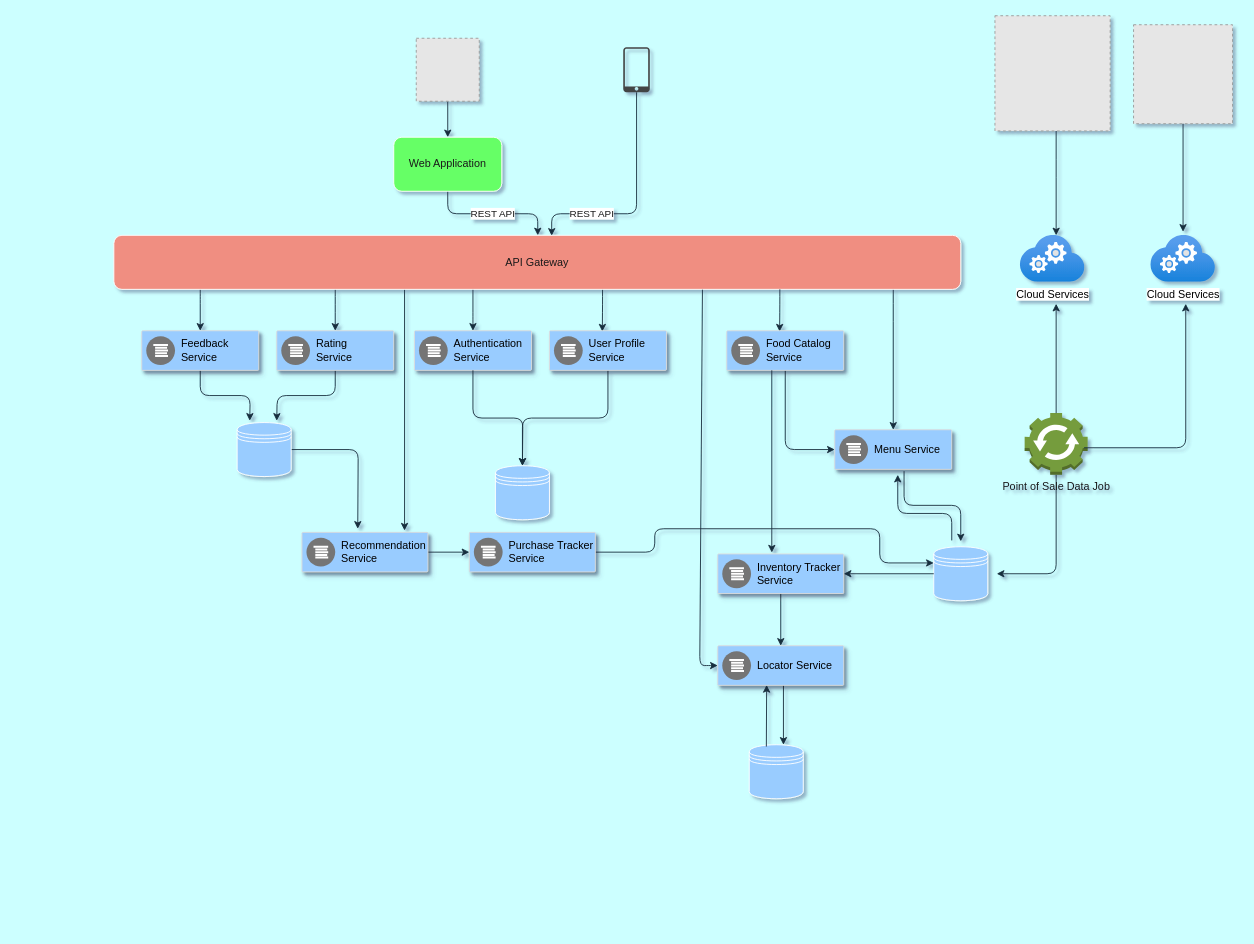
Before: page "Topology 2" (3 of 3) of Interaction-Diagram.drawio in fridgebenefits/katas, a draw.io diagram. Source tidied: cells renumbered, new cells numbered last; positions are measured from the earlier drawing's top-left corner, leaving out a move shared by most shapes. Both pictures are drawn from the tidied source at 90%, with x=0, y=0 at pixel (113, 15). Pictures stored in the file or linked from it are replaced by grey dashed boxes.
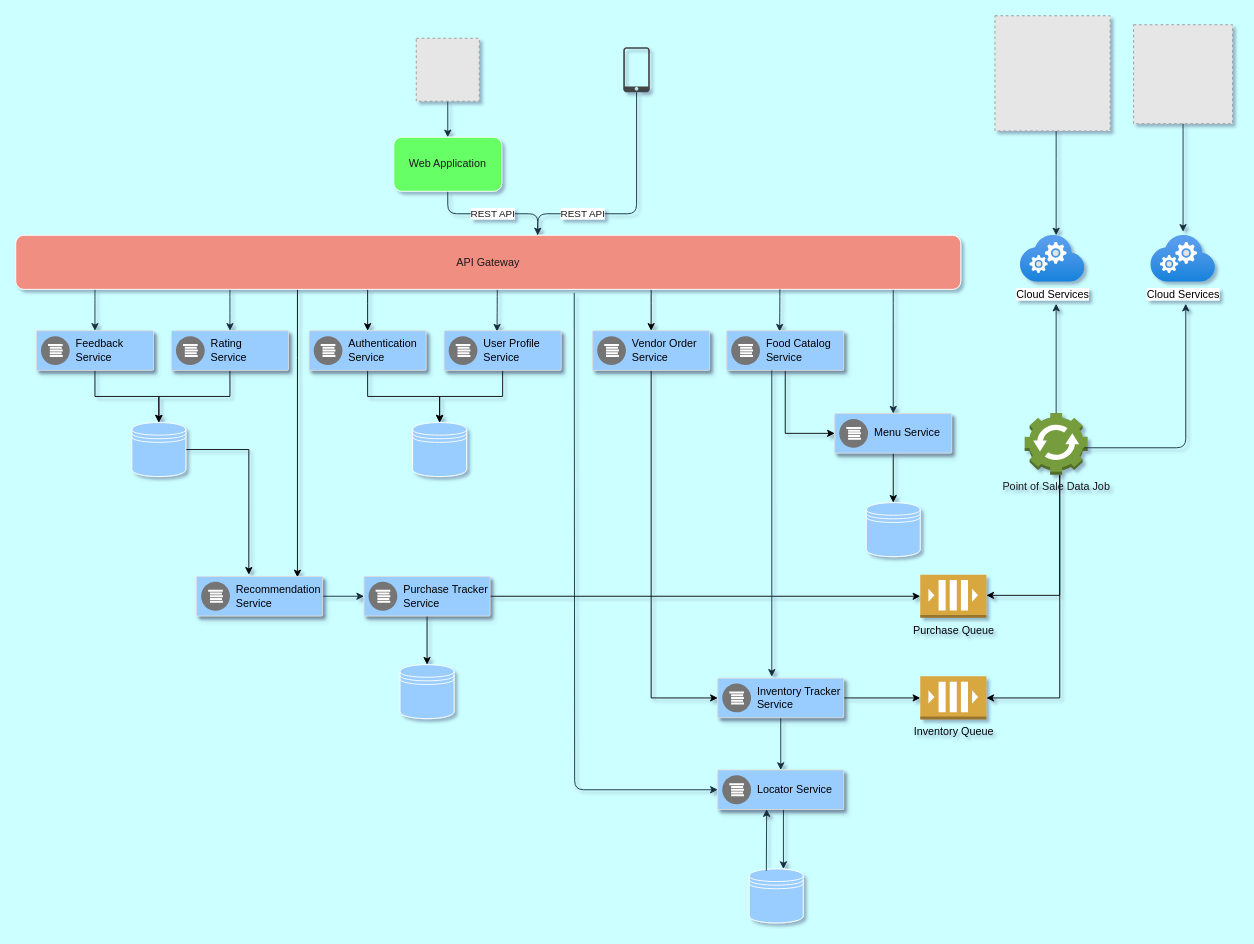
Above is the later version.

Unchanged cells that the change refers to:
```xml
<mxCell id="5" style="shadow=0;dashed=0;html=1;strokeColor=none;fillColor=#434445;labelPosition=center;verticalLabelPosition=bottom;verticalAlign=top;align=center;outlineConnect=0;shape=mxgraph.vvd.phone;rounded=0;fontColor=#1A1A1A;" parent="1" vertex="1">
  <mxGeometry x="566" y="35" width="29.5" height="50" as="geometry" />
</mxCell>
<mxCell id="22" style="strokeColor=#dddddd;shadow=1;strokeWidth=1;rounded=1;absoluteArcSize=1;arcSize=2;fontColor=#1A1A1A;fillColor=#99CCFF;" parent="1" vertex="1">
  <mxGeometry x="681" y="350" width="130" height="44" as="geometry" />
</mxCell>
<mxCell id="34" value="Point of Sale Data Job" style="outlineConnect=0;dashed=0;verticalLabelPosition=bottom;verticalAlign=top;align=center;html=1;shape=mxgraph.aws3.automation;fillColor=#759C3E;gradientColor=none;rounded=0;strokeColor=#FFFFFF;fontColor=#1A1A1A;" parent="1" vertex="1">
  <mxGeometry x="1012" y="441.5" width="70" height="68.5" as="geometry" />
</mxCell>
```

What changed in the source:
```diff
@@
-    <mxCell id="4" value="REST API" style="edgeStyle=orthogonalEdgeStyle;curved=0;rounded=1;jettySize=auto;html=1;strokeColor=#182E3E;fontColor=#1A1A1A;entryX=0.517;entryY=0.008;entryDx=0;entryDy=0;entryPerimeter=0;" parent="1" edge="1" source="5" target="14">
-      <mxGeometry x="0.46" relative="1" as="geometry">
+    <mxCell id="4" value="REST API" style="edgeStyle=orthogonalEdgeStyle;curved=0;rounded=1;jettySize=auto;html=1;strokeColor=#182E3E;fontColor=#1A1A1A;entryX=0.553;entryY=-0.02;entryDx=0;entryDy=0;entryPerimeter=0;" parent="1" edge="1" source="5" target="14">
+      <mxGeometry x="0.44" relative="1" as="geometry">
         <Array as="points">
           <mxPoint x="581" y="220" />
-          <mxPoint x="487" y="220" />
+          <mxPoint x="471" y="220" />
+          <mxPoint x="471" y="244" />
         </Array>
       </mxGeometry>
     </mxCell>
@@
-    <mxCell id="8" style="edgeStyle=orthogonalEdgeStyle;curved=0;rounded=1;jettySize=auto;html=1;strokeColor=#182E3E;fontColor=#1A1A1A;entryX=0.5;entryY=0;entryDx=0;entryDy=0;" parent="1" edge="1" target="15">
-      <mxGeometry relative="1" as="geometry">
-        <mxPoint x="399" y="300" as="sourcePoint" />
-        <Array as="points">
-          <mxPoint x="399" y="340" />
-          <mxPoint x="399" y="340" />
-        </Array>
-      </mxGeometry>
-    </mxCell>
     <mxCell id="9" style="edgeStyle=orthogonalEdgeStyle;curved=0;rounded=1;jettySize=auto;html=1;strokeColor=#182E3E;fontColor=#1A1A1A;entryX=0.452;entryY=0.02;entryDx=0;entryDy=0;entryPerimeter=0;" parent="1" edge="1" target="18">
       <mxGeometry relative="1" as="geometry">
-        <mxPoint x="543" y="304" as="sourcePoint" />
+        <mxPoint x="426" y="304" as="sourcePoint" />
         <Array as="points">
-          <mxPoint x="543" y="320" />
-          <mxPoint x="543" y="320" />
+          <mxPoint x="426" y="320" />
+          <mxPoint x="426" y="320" />
         </Array>
       </mxGeometry>
     </mxCell>
@@
-    <mxCell id="11" style="edgeStyle=orthogonalEdgeStyle;curved=0;rounded=1;jettySize=auto;html=1;entryX=0.5;entryY=0;entryDx=0;entryDy=0;strokeColor=#182E3E;fontColor=#1A1A1A;" parent="1" edge="1" source="14" target="55">
+    <mxCell id="11" style="edgeStyle=orthogonalEdgeStyle;curved=0;rounded=1;jettySize=auto;html=1;entryX=0.5;entryY=0;entryDx=0;entryDy=0;strokeColor=#182E3E;fontColor=#1A1A1A;" parent="1" edge="1" target="55">
       <mxGeometry relative="1" as="geometry">
+        <mxPoint x="-21" y="304" as="sourcePoint" />
         <Array as="points">
-          <mxPoint x="96" y="310" />
-          <mxPoint x="96" y="310" />
+          <mxPoint x="-21" y="310" />
+          <mxPoint x="-21" y="310" />
         </Array>
       </mxGeometry>
     </mxCell>
-    <mxCell id="12" style="edgeStyle=orthogonalEdgeStyle;curved=0;rounded=1;jettySize=auto;html=1;strokeColor=#182E3E;fontColor=#1A1A1A;" parent="1" edge="1" source="14" target="52">
+    <mxCell id="12" style="edgeStyle=orthogonalEdgeStyle;curved=0;rounded=1;jettySize=auto;html=1;strokeColor=#182E3E;fontColor=#1A1A1A;" parent="1" edge="1" target="52">
       <mxGeometry relative="1" as="geometry">
+        <mxPoint x="129" y="304" as="sourcePoint" />
         <Array as="points">
-          <mxPoint x="246" y="320" />
-          <mxPoint x="246" y="320" />
+          <mxPoint x="129" y="320" />
+          <mxPoint x="129" y="320" />
         </Array>
       </mxGeometry>
     </mxCell>
-    <mxCell id="13" style="edgeStyle=orthogonalEdgeStyle;curved=0;rounded=1;orthogonalLoop=1;jettySize=auto;html=1;strokeColor=#182E3E;fontColor=#1A1A1A;" parent="1" edge="1">
-      <mxGeometry relative="1" as="geometry">
-        <mxPoint x="323" y="304" as="sourcePoint" />
-        <mxPoint x="323" y="572" as="targetPoint" />
-        <Array as="points">
-          <mxPoint x="323" y="572" />
-        </Array>
-      </mxGeometry>
-    </mxCell>
+    <mxCell id="66" style="edgeStyle=orthogonalEdgeStyle;rounded=0;orthogonalLoop=1;jettySize=auto;html=1;" parent="1" edge="1">
+      <mxGeometry relative="1" as="geometry">
+        <mxPoint x="204" y="304" as="sourcePoint" />
+        <mxPoint x="204" y="624" as="targetPoint" />
+        <Array as="points">
+          <mxPoint x="204" y="380" />
+          <mxPoint x="204" y="380" />
+        </Array>
+      </mxGeometry>
+    </mxCell>
+    <mxCell id="67" style="edgeStyle=orthogonalEdgeStyle;rounded=0;jettySize=auto;html=1;entryX=0.5;entryY=0;entryDx=0;entryDy=0;" parent="1" edge="1" source="14" target="15">
+      <mxGeometry relative="1" as="geometry">
+        <Array as="points">
+          <mxPoint x="282" y="320" />
+          <mxPoint x="282" y="320" />
+        </Array>
+      </mxGeometry>
+    </mxCell>
+    <mxCell id="68" style="edgeStyle=orthogonalEdgeStyle;rounded=0;jettySize=auto;html=1;" parent="1" edge="1" source="14" target="83">
+      <mxGeometry relative="1" as="geometry">
+        <Array as="points">
+          <mxPoint x="597" y="320" />
+          <mxPoint x="597" y="320" />
+        </Array>
+      </mxGeometry>
+    </mxCell>
     <mxCell id="14" value="API Gateway" style="rounded=1;whiteSpace=wrap;html=1;strokeColor=#FFFFFF;fillColor=#F08E81;fontColor=#1A1A1A;" parent="1" vertex="1">
-      <mxGeometry y="244" width="941" height="60" as="geometry" />
+      <mxGeometry x="-109" y="244" width="1050" height="60" as="geometry" />
     </mxCell>
+    <mxCell id="69" style="edgeStyle=orthogonalEdgeStyle;rounded=0;jettySize=auto;html=1;entryX=0.5;entryY=0;entryDx=0;entryDy=0;" parent="1" edge="1" source="15" target="42">
+      <mxGeometry relative="1" as="geometry" />
+    </mxCell>
     <mxCell id="15" style="strokeColor=#dddddd;shadow=1;strokeWidth=1;rounded=1;absoluteArcSize=1;arcSize=2;fontColor=#1A1A1A;fillColor=#99CCFF;" parent="1" vertex="1">
-      <mxGeometry x="334" y="350" width="130" height="44" as="geometry" />
+      <mxGeometry x="217" y="350" width="130" height="44" as="geometry" />
     </mxCell>
@@
-    <mxCell id="17" style="edgeStyle=orthogonalEdgeStyle;curved=0;rounded=1;jettySize=auto;html=1;strokeColor=#182E3E;fontColor=#1A1A1A;" parent="1" edge="1" source="18" target="42">
+    <mxCell id="17" style="edgeStyle=orthogonalEdgeStyle;rounded=0;jettySize=auto;html=1;entryX=0.5;entryY=0;entryDx=0;entryDy=0;" parent="1" edge="1" source="18" target="42">
       <mxGeometry relative="1" as="geometry" />
     </mxCell>
     <mxCell id="18" style="strokeColor=#dddddd;shadow=1;strokeWidth=1;rounded=1;absoluteArcSize=1;arcSize=2;fontColor=#1A1A1A;fillColor=#99CCFF;" parent="1" vertex="1">
-      <mxGeometry x="484" y="350" width="130" height="44" as="geometry" />
+      <mxGeometry x="367" y="350" width="130" height="44" as="geometry" />
     </mxCell>
@@
-    <mxCell id="21" style="edgeStyle=orthogonalEdgeStyle;curved=0;rounded=1;jettySize=auto;html=1;strokeColor=#182E3E;fontColor=#1A1A1A;entryX=0;entryY=0.5;entryDx=0;entryDy=0;" parent="1" edge="1" source="22" target="28">
-      <mxGeometry relative="1" as="geometry">
-        <Array as="points">
-          <mxPoint x="746" y="482" />
-        </Array>
-      </mxGeometry>
+    <mxCell id="21" style="edgeStyle=orthogonalEdgeStyle;rounded=0;jettySize=auto;html=1;entryX=0;entryY=0.5;entryDx=0;entryDy=0;" parent="1" edge="1" source="22" target="28">
+      <mxGeometry relative="1" as="geometry" />
     </mxCell>
@@
-    <mxCell id="27" style="edgeStyle=orthogonalEdgeStyle;curved=0;rounded=1;orthogonalLoop=1;jettySize=auto;html=1;strokeColor=#182E3E;fontColor=#1A1A1A;" parent="1" edge="1">
-      <mxGeometry relative="1" as="geometry">
-        <mxPoint x="878" y="506" as="sourcePoint" />
-        <mxPoint x="941" y="584" as="targetPoint" />
-        <Array as="points">
-          <mxPoint x="878" y="544" />
-          <mxPoint x="941" y="544" />
-        </Array>
-      </mxGeometry>
-    </mxCell>
+    <mxCell id="70" style="edgeStyle=orthogonalEdgeStyle;rounded=0;jettySize=auto;html=1;" parent="1" edge="1" source="28" target="36">
+      <mxGeometry relative="1" as="geometry" />
+    </mxCell>
     <mxCell id="28" style="strokeColor=#dddddd;shadow=1;strokeWidth=1;rounded=1;absoluteArcSize=1;arcSize=2;fontColor=#1A1A1A;fillColor=#99CCFF;" parent="1" vertex="1">
-      <mxGeometry x="801" y="460" width="130" height="44" as="geometry" />
+      <mxGeometry x="801" y="442" width="130" height="44" as="geometry" />
     </mxCell>
@@
-    <mxCell id="33" style="edgeStyle=orthogonalEdgeStyle;curved=0;rounded=1;jettySize=auto;html=1;strokeColor=#182E3E;fontColor=#1A1A1A;" parent="1" edge="1" source="34">
-      <mxGeometry relative="1" as="geometry">
-        <mxPoint x="981" y="620" as="targetPoint" />
-        <Array as="points">
-          <mxPoint x="1047" y="620" />
-        </Array>
-      </mxGeometry>
-    </mxCell>
+    <mxCell id="71" style="edgeStyle=orthogonalEdgeStyle;rounded=0;jettySize=auto;html=1;entryX=1;entryY=0.5;entryDx=0;entryDy=0;entryPerimeter=0;" parent="1" edge="1" source="34" target="79">
+      <mxGeometry relative="1" as="geometry">
+        <Array as="points">
+          <mxPoint x="1051" y="758" />
+        </Array>
+      </mxGeometry>
+    </mxCell>
+    <mxCell id="72" style="edgeStyle=orthogonalEdgeStyle;rounded=0;jettySize=auto;html=1;" parent="1" edge="1" source="34" target="80">
+      <mxGeometry relative="1" as="geometry">
+        <Array as="points">
+          <mxPoint x="1051" y="644" />
+        </Array>
+      </mxGeometry>
+    </mxCell>
@@
     <mxCell id="36" style="shape=datastore;whiteSpace=wrap;html=1;rounded=0;strokeColor=#FFFFFF;fillColor=#99CCFF;fontColor=#1A1A1A;" parent="1" vertex="1">
-      <mxGeometry x="911" y="590" width="60" height="60" as="geometry" />
+      <mxGeometry x="836" y="541" width="60" height="60" as="geometry" />
     </mxCell>
@@
+    <mxCell id="73" style="edgeStyle=orthogonalEdgeStyle;rounded=0;jettySize=auto;html=1;" parent="1" edge="1" source="38" target="79">
+      <mxGeometry relative="1" as="geometry" />
+    </mxCell>
     <mxCell id="38" style="strokeColor=#dddddd;shadow=1;strokeWidth=1;rounded=1;absoluteArcSize=1;arcSize=2;fontColor=#1A1A1A;fillColor=#99CCFF;" parent="1" vertex="1">
-      <mxGeometry x="671" y="598" width="140" height="44" as="geometry" />
+      <mxGeometry x="671" y="736" width="140" height="44" as="geometry" />
     </mxCell>
@@
-    <mxCell id="40" style="endArrow=classic;html=1;strokeColor=#182E3E;fontColor=#1A1A1A;exitX=0;exitY=0.5;exitDx=0;exitDy=0;" parent="1" edge="1" source="36">
-      <mxGeometry relative="1" as="geometry">
-        <mxPoint x="811" y="620" as="targetPoint" />
-      </mxGeometry>
-    </mxCell>
-    <mxCell id="41" style="edgeStyle=orthogonalEdgeStyle;curved=0;rounded=1;orthogonalLoop=1;jettySize=auto;html=1;strokeColor=#182E3E;fontColor=#1A1A1A;" parent="1" edge="1">
-      <mxGeometry relative="1" as="geometry">
-        <mxPoint x="931" y="583" as="sourcePoint" />
-        <mxPoint x="871" y="510" as="targetPoint" />
-        <Array as="points">
-          <mxPoint x="931" y="553" />
-          <mxPoint x="871" y="553" />
-        </Array>
-      </mxGeometry>
-    </mxCell>
     <mxCell id="42" style="shape=datastore;whiteSpace=wrap;html=1;rounded=0;strokeColor=#FFFFFF;fillColor=#99CCFF;fontColor=#1A1A1A;" parent="1" vertex="1">
-      <mxGeometry x="424" y="500" width="60" height="60" as="geometry" />
+      <mxGeometry x="332" y="452" width="60" height="60" as="geometry" />
     </mxCell>
-    <mxCell id="43" style="edgeStyle=orthogonalEdgeStyle;curved=0;rounded=1;jettySize=auto;html=1;strokeColor=#182E3E;fontColor=#1A1A1A;exitX=0.5;exitY=1;exitDx=0;exitDy=0;" parent="1" edge="1" source="15">
-      <mxGeometry relative="1" as="geometry">
-        <mxPoint x="454" y="500" as="targetPoint" />
-      </mxGeometry>
-    </mxCell>
@@
     <mxCell id="45" style="edgeStyle=orthogonalEdgeStyle;curved=0;rounded=1;orthogonalLoop=1;jettySize=auto;html=1;strokeColor=#182E3E;fontColor=#1A1A1A;" parent="1" edge="1">
       <mxGeometry relative="1" as="geometry">
-        <mxPoint x="744" y="744" as="sourcePoint" />
-        <mxPoint x="744" y="810" as="targetPoint" />
+        <mxPoint x="744" y="882" as="sourcePoint" />
+        <mxPoint x="744" y="948" as="targetPoint" />
       </mxGeometry>
     </mxCell>
     <mxCell id="46" style="strokeColor=#dddddd;shadow=1;strokeWidth=1;rounded=1;absoluteArcSize=1;arcSize=2;fontColor=#1A1A1A;fillColor=#99CCFF;" parent="1" vertex="1">
-      <mxGeometry x="671" y="700" width="140" height="44" as="geometry" />
+      <mxGeometry x="671" y="838" width="140" height="44" as="geometry" />
     </mxCell>
@@
     <mxCell id="48" style="shape=datastore;whiteSpace=wrap;html=1;rounded=0;strokeColor=#FFFFFF;fillColor=#99CCFF;fontColor=#1A1A1A;" parent="1" vertex="1">
-      <mxGeometry x="706" y="810" width="60" height="60" as="geometry" />
+      <mxGeometry x="706" y="948" width="60" height="60" as="geometry" />
     </mxCell>
-    <mxCell id="49" style="endArrow=classic;html=1;strokeColor=#182E3E;fontColor=#1A1A1A;entryX=0;entryY=0.5;entryDx=0;entryDy=0;exitX=0.695;exitY=1.007;exitDx=0;exitDy=0;exitPerimeter=0;" parent="1" edge="1" source="14" target="46">
+    <mxCell id="49" style="endArrow=classic;html=1;strokeColor=#182E3E;fontColor=#1A1A1A;entryX=0;entryY=0.5;entryDx=0;entryDy=0;exitX=0.591;exitY=1.067;exitDx=0;exitDy=0;exitPerimeter=0;" parent="1" edge="1" source="14" target="46">
       <mxGeometry relative="1" as="geometry">
         <Array as="points">
-          <mxPoint x="651" y="722" />
-          <mxPoint x="661" y="722" />
+          <mxPoint x="512" y="860" />
         </Array>
       </mxGeometry>
     </mxCell>
     <mxCell id="50" style="endArrow=classic;html=1;strokeColor=#182E3E;fontColor=#1A1A1A;entryX=0.388;entryY=0.991;entryDx=0;entryDy=0;entryPerimeter=0;" parent="1" edge="1" target="46">
       <mxGeometry relative="1" as="geometry">
-        <mxPoint x="725" y="812" as="sourcePoint" />
+        <mxPoint x="725" y="950" as="sourcePoint" />
       </mxGeometry>
     </mxCell>
-    <mxCell id="51" style="edgeStyle=orthogonalEdgeStyle;curved=0;rounded=1;jettySize=auto;html=1;strokeColor=#182E3E;fontColor=#1A1A1A;" parent="1" edge="1" source="52">
-      <mxGeometry relative="1" as="geometry">
-        <mxPoint x="181" y="450" as="targetPoint" />
-      </mxGeometry>
-    </mxCell>
+    <mxCell id="74" style="edgeStyle=orthogonalEdgeStyle;rounded=0;jettySize=auto;html=1;entryX=0.5;entryY=0;entryDx=0;entryDy=0;" parent="1" edge="1" source="52" target="62">
+      <mxGeometry relative="1" as="geometry" />
+    </mxCell>
     <mxCell id="52" style="strokeColor=#dddddd;shadow=1;strokeWidth=1;rounded=1;absoluteArcSize=1;arcSize=2;fontColor=#1A1A1A;fillColor=#99CCFF;" parent="1" vertex="1">
-      <mxGeometry x="181" y="350" width="130" height="44" as="geometry" />
+      <mxGeometry x="64" y="350" width="130" height="44" as="geometry" />
     </mxCell>
@@
-    <mxCell id="54" style="edgeStyle=orthogonalEdgeStyle;curved=0;rounded=1;jettySize=auto;html=1;strokeColor=#182E3E;fontColor=#1A1A1A;" parent="1" edge="1" source="55">
-      <mxGeometry relative="1" as="geometry">
-        <mxPoint x="151" y="450" as="targetPoint" />
-      </mxGeometry>
-    </mxCell>
+    <mxCell id="75" style="edgeStyle=orthogonalEdgeStyle;rounded=0;jettySize=auto;html=1;entryX=0.5;entryY=0;entryDx=0;entryDy=0;" parent="1" edge="1" source="55" target="62">
+      <mxGeometry relative="1" as="geometry" />
+    </mxCell>
     <mxCell id="55" style="strokeColor=#dddddd;shadow=1;strokeWidth=1;rounded=1;absoluteArcSize=1;arcSize=2;fontColor=#1A1A1A;fillColor=#99CCFF;" parent="1" vertex="1">
-      <mxGeometry x="31" y="350" width="130" height="44" as="geometry" />
+      <mxGeometry x="-86" y="350" width="130" height="44" as="geometry" />
     </mxCell>
@@
-    <mxCell id="57" style="edgeStyle=orthogonalEdgeStyle;curved=0;rounded=1;jettySize=auto;html=1;entryX=0;entryY=0.3;entryDx=0;entryDy=0;strokeColor=#182E3E;fontColor=#1A1A1A;" parent="1" edge="1" source="58" target="36">
-      <mxGeometry relative="1" as="geometry">
-        <Array as="points">
-          <mxPoint x="601" y="596" />
-          <mxPoint x="601" y="570" />
-          <mxPoint x="851" y="570" />
-          <mxPoint x="851" y="608" />
-        </Array>
-      </mxGeometry>
-    </mxCell>
+    <mxCell id="76" style="edgeStyle=orthogonalEdgeStyle;rounded=0;jettySize=auto;html=1;" parent="1" edge="1" source="58" target="80">
+      <mxGeometry relative="1" as="geometry" />
+    </mxCell>
+    <mxCell id="77" style="edgeStyle=orthogonalEdgeStyle;rounded=0;jettySize=auto;html=1;" parent="1" edge="1" source="58" target="81">
+      <mxGeometry relative="1" as="geometry" />
+    </mxCell>
     <mxCell id="58" style="strokeColor=#dddddd;shadow=1;strokeWidth=1;rounded=1;absoluteArcSize=1;arcSize=2;fontColor=#1A1A1A;fillColor=#99CCFF;" parent="1" vertex="1">
-      <mxGeometry x="395" y="574" width="140" height="44" as="geometry" />
+      <mxGeometry x="278" y="623" width="140" height="44" as="geometry" />
     </mxCell>
@@
-    <mxCell id="61" style="edgeStyle=orthogonalEdgeStyle;curved=0;rounded=1;jettySize=auto;html=1;strokeColor=#182E3E;fontColor=#1A1A1A;" parent="1" edge="1" source="62">
-      <mxGeometry relative="1" as="geometry">
-        <mxPoint x="271" y="570" as="targetPoint" />
-      </mxGeometry>
-    </mxCell>
+    <mxCell id="78" style="edgeStyle=orthogonalEdgeStyle;rounded=0;jettySize=auto;html=1;entryX=0.414;entryY=-0.045;entryDx=0;entryDy=0;entryPerimeter=0;" parent="1" edge="1" source="62" target="64">
+      <mxGeometry relative="1" as="geometry" />
+    </mxCell>
     <mxCell id="62" style="shape=datastore;whiteSpace=wrap;html=1;rounded=0;strokeColor=#FFFFFF;fillColor=#99CCFF;fontColor=#1A1A1A;" parent="1" vertex="1">
-      <mxGeometry x="137" y="452" width="60" height="60" as="geometry" />
+      <mxGeometry x="20" y="452" width="60" height="60" as="geometry" />
     </mxCell>
@@
     <mxCell id="64" style="strokeColor=#dddddd;shadow=1;strokeWidth=1;rounded=1;absoluteArcSize=1;arcSize=2;fontColor=#1A1A1A;fillColor=#99CCFF;" parent="1" vertex="1">
-      <mxGeometry x="209" y="574" width="140" height="44" as="geometry" />
+      <mxGeometry x="92" y="623" width="140" height="44" as="geometry" />
     </mxCell>
@@
+    <mxCell id="79" value="Inventory Queue" style="outlineConnect=0;dashed=0;verticalLabelPosition=bottom;verticalAlign=top;align=center;html=1;shape=mxgraph.aws3.queue;fillColor=#D9A741;gradientColor=none;" parent="1" vertex="1">
+      <mxGeometry x="896" y="734" width="73.5" height="48" as="geometry" />
+    </mxCell>
+    <mxCell id="80" value="Purchase Queue" style="outlineConnect=0;dashed=0;verticalLabelPosition=bottom;verticalAlign=top;align=center;html=1;shape=mxgraph.aws3.queue;fillColor=#D9A741;gradientColor=none;" parent="1" vertex="1">
+      <mxGeometry x="896" y="621" width="73.5" height="48" as="geometry" />
+    </mxCell>
+    <mxCell id="81" style="shape=datastore;whiteSpace=wrap;html=1;rounded=0;strokeColor=#FFFFFF;fillColor=#99CCFF;fontColor=#1A1A1A;" parent="1" vertex="1">
+      <mxGeometry x="318" y="721" width="60" height="60" as="geometry" />
+    </mxCell>
+    <mxCell id="82" style="edgeStyle=orthogonalEdgeStyle;rounded=0;jettySize=auto;html=1;entryX=0;entryY=0.5;entryDx=0;entryDy=0;" parent="1" edge="1" source="83" target="38">
+      <mxGeometry relative="1" as="geometry">
+        <Array as="points">
+          <mxPoint x="597" y="758" />
+        </Array>
+      </mxGeometry>
+    </mxCell>
+    <mxCell id="83" style="strokeColor=#dddddd;shadow=1;strokeWidth=1;rounded=1;absoluteArcSize=1;arcSize=2;fontColor=#1A1A1A;fillColor=#99CCFF;" parent="1" vertex="1">
+      <mxGeometry x="532" y="350" width="130" height="44" as="geometry" />
+    </mxCell>
+    <mxCell id="84" value="Vendor Order&lt;br&gt;Service" style="dashed=0;html=1;fillColor=#757575;strokeColor=none;shape=mxgraph.gcp2.logs_api;labelPosition=right;verticalLabelPosition=middle;align=left;verticalAlign=middle;spacingLeft=5;fontSize=12;" parent="83" vertex="1">
+      <mxGeometry y="0.5" width="32" height="32" relative="1" as="geometry">
+        <mxPoint x="5" y="-16" as="offset" />
+      </mxGeometry>
+    </mxCell>
```
